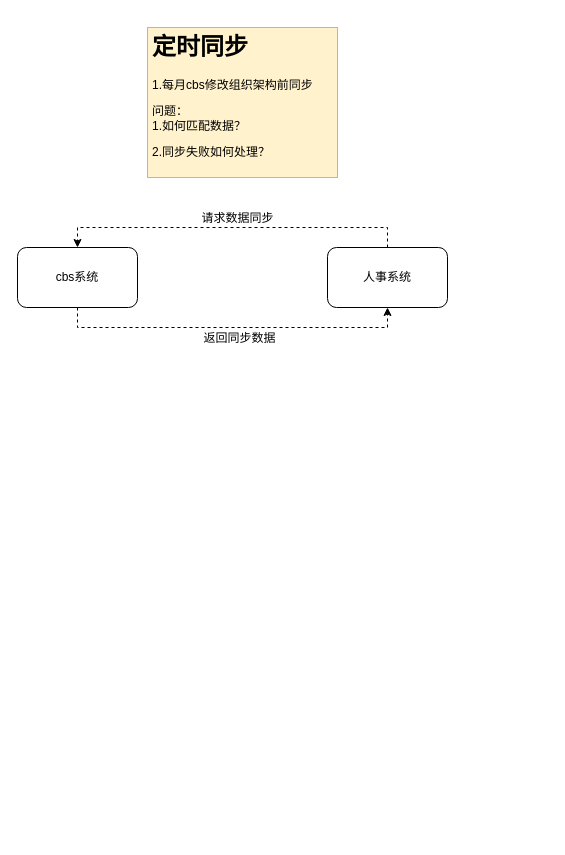
This is 人事组织架构同步.drawio from ammengke/my-drawio, a draw.io file, before an edit. Source tidied: cells renumbered, new cells numbered last; positions are measured from the earlier drawing's top-left corner, leaving out a move shared by most shapes. Both pictures are drawn from the tidied source at 100%, with x=0, y=0 at pixel (17, 27).
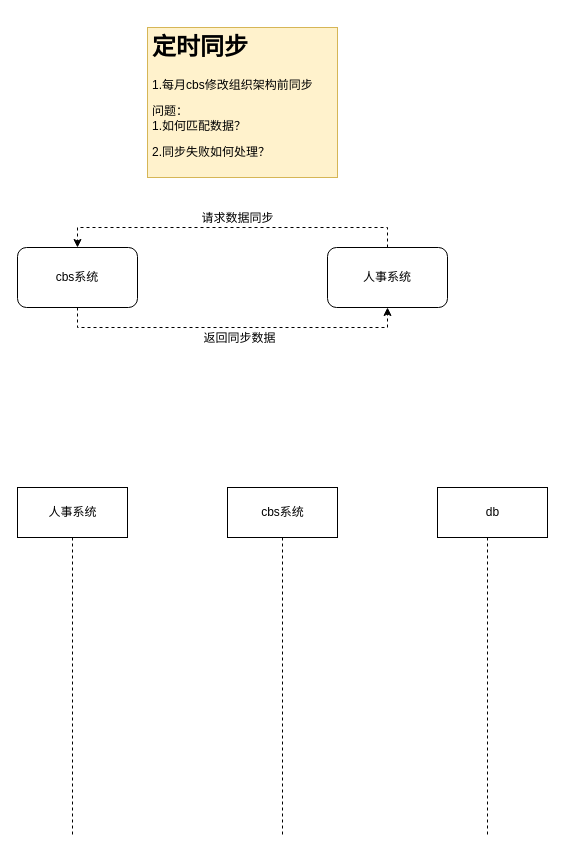
After the change.

Commit message:
Update 人事组织架构同步.drawio

Change to the diagram source:
```diff
@@
 <mxGraphModel>
   <root>
     <mxCell id="0" />
     <mxCell id="1" parent="0" />
     <mxCell id="2" style="edgeStyle=orthogonalEdgeStyle;rounded=0;jettySize=auto;html=1;entryX=0.5;entryY=1;entryDx=0;entryDy=0;dashed=1;" parent="1" edge="1" source="4" target="7">
       <mxGeometry relative="1" as="geometry">
         <Array as="points">
           <mxPoint x="60" y="300" />
           <mxPoint x="370" y="300" />
         </Array>
       </mxGeometry>
     </mxCell>
     <mxCell id="3" value="返回同步数据" style="text;html=1;align=center;verticalAlign=middle;labelBackgroundColor=#ffffff;" parent="2" vertex="1">
       <mxGeometry x="0.13" y="1" relative="1" as="geometry">
         <mxPoint x="-17" y="11" as="offset" />
       </mxGeometry>
     </mxCell>
     <mxCell id="4" value="cbs系统" style="rounded=1;whiteSpace=wrap;html=1;" parent="1" vertex="1">
       <mxGeometry y="220" width="120" height="60" as="geometry" />
     </mxCell>
     <mxCell id="5" style="edgeStyle=orthogonalEdgeStyle;rounded=0;jettySize=auto;html=1;entryX=0.5;entryY=0;entryDx=0;entryDy=0;dashed=1;" parent="1" edge="1" source="7" target="4">
       <mxGeometry relative="1" as="geometry">
         <Array as="points">
           <mxPoint x="370" y="200" />
           <mxPoint x="60" y="200" />
         </Array>
       </mxGeometry>
     </mxCell>
     <mxCell id="6" value="请求数据同步" style="text;html=1;align=center;verticalAlign=middle;labelBackgroundColor=#ffffff;" parent="5" vertex="1">
       <mxGeometry x="0.13" y="3" relative="1" as="geometry">
         <mxPoint x="27" y="-13" as="offset" />
       </mxGeometry>
     </mxCell>
     <mxCell id="7" value="人事系统" style="rounded=1;whiteSpace=wrap;html=1;" parent="1" vertex="1">
       <mxGeometry x="310" y="220" width="120" height="60" as="geometry" />
     </mxCell>
     <mxCell id="8" value="&lt;h1&gt;定时同步&lt;/h1&gt;&lt;p&gt;1.每月cbs修改组织架构前同步&lt;/p&gt;&lt;p&gt;问题：&lt;br&gt;1.如何匹配数据？&lt;/p&gt;&lt;p&gt;2.同步失败如何处理？&lt;/p&gt;" style="text;html=1;strokeColor=#d6b656;fillColor=#fff2cc;spacing=5;spacingTop=-20;whiteSpace=wrap;overflow=hidden;rounded=0;" parent="1" vertex="1">
       <mxGeometry x="130" width="190" height="150" as="geometry" />
     </mxCell>
+    <mxCell id="9" value="人事系统" style="html=1;" parent="1" vertex="1">
+      <mxGeometry y="460" width="110" height="50" as="geometry" />
+    </mxCell>
+    <mxCell id="10" value="cbs系统" style="html=1;" parent="1" vertex="1">
+      <mxGeometry x="210" y="460" width="110" height="50" as="geometry" />
+    </mxCell>
+    <mxCell id="11" style="shape=umlLifeline;participant=umlEntity;perimeter=lifelinePerimeter;whiteSpace=wrap;html=1;verticalAlign=top;spacingTop=36;labelBackgroundColor=#ffffff;size=0;" parent="1" vertex="1">
+      <mxGeometry x="35" y="510" width="40" height="300" as="geometry" />
+    </mxCell>
+    <mxCell id="12" value="db" style="html=1;" parent="1" vertex="1">
+      <mxGeometry x="420" y="460" width="110" height="50" as="geometry" />
+    </mxCell>
+    <mxCell id="13" style="shape=umlLifeline;participant=umlEntity;perimeter=lifelinePerimeter;whiteSpace=wrap;html=1;verticalAlign=top;spacingTop=36;labelBackgroundColor=#ffffff;size=0;" parent="1" vertex="1">
+      <mxGeometry x="245" y="510" width="40" height="300" as="geometry" />
+    </mxCell>
+    <mxCell id="14" style="shape=umlLifeline;participant=umlEntity;perimeter=lifelinePerimeter;whiteSpace=wrap;html=1;verticalAlign=top;spacingTop=36;labelBackgroundColor=#ffffff;size=0;" parent="1" vertex="1">
+      <mxGeometry x="450" y="510" width="40" height="300" as="geometry" />
+    </mxCell>
   </root>
 </mxGraphModel>
```
